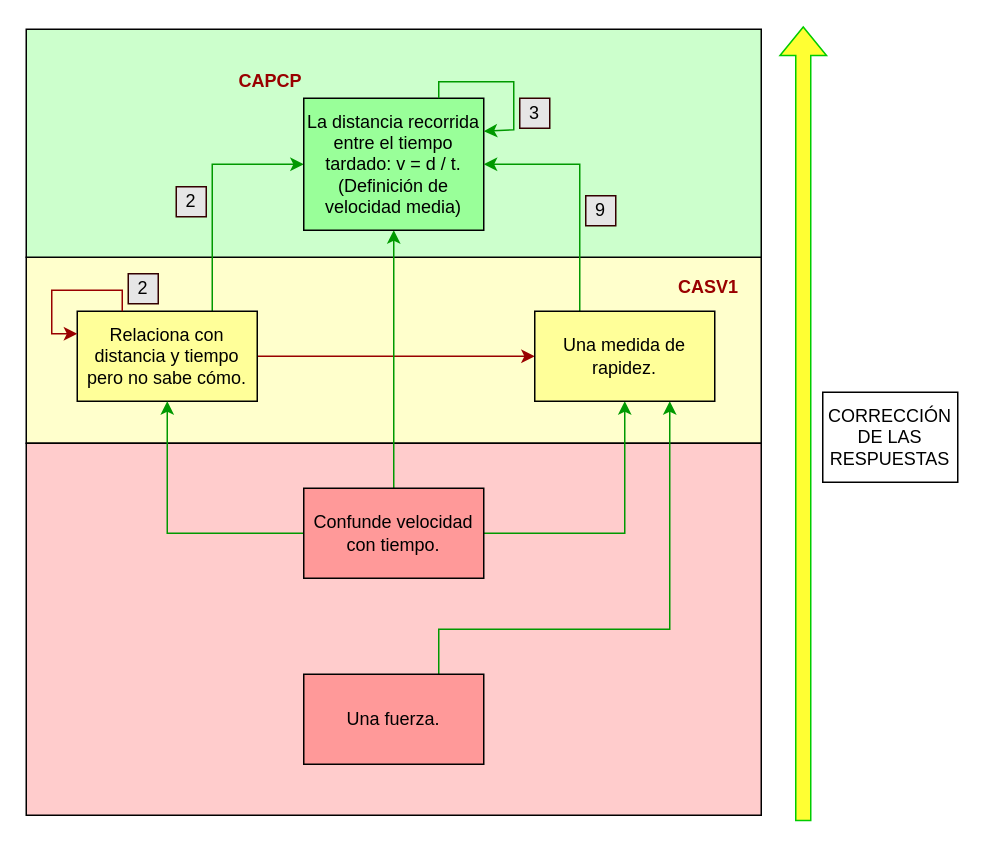
Above: PRACTICUM/vel.drawio in eduLikesPringles/MFPES (draw.io), before the change. Source tidied: cells renumbered, new cells numbered last; positions are measured from the earlier drawing's top-left corner, leaving out a move shared by most shapes. Both pictures are drawn from the tidied source at 150%, with x=0, y=0 at pixel (26, 26).
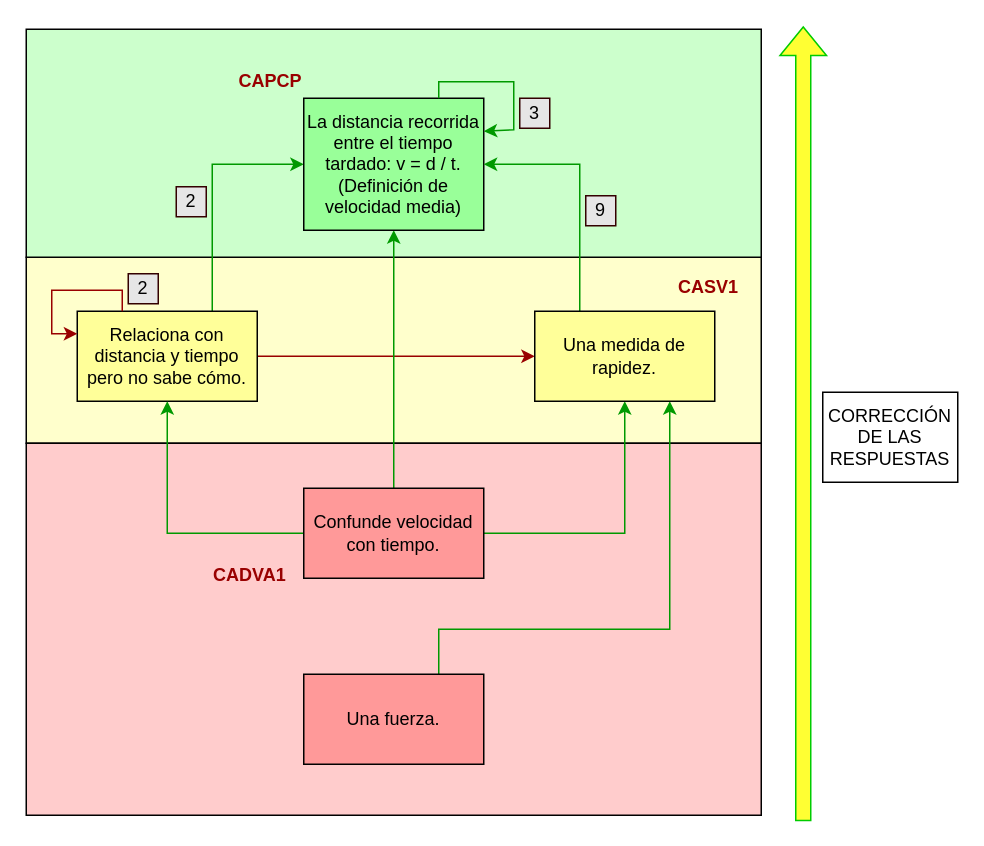
Above is the later version.

Change to the diagram source:
```diff
@@
+    <mxCell id="27" value="&lt;span style=&quot;&quot; lang=&quot;ES&quot;&gt;&lt;b&gt;&lt;font color=&quot;#990000&quot;&gt;CADVA1&lt;/font&gt;&lt;/b&gt;&lt;/span&gt;" style="text;whiteSpace=wrap;html=1;" parent="1" vertex="1">
+      <mxGeometry x="123" y="352" width="41.6" height="29.2" as="geometry" />
+    </mxCell>
```
